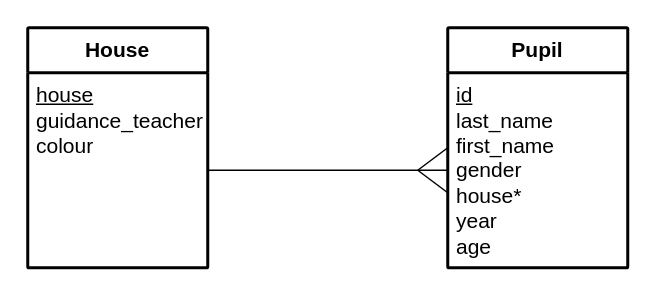
Before: n5/ddd/N5-DDD-School-Houses/assets/Diagrams/N5 DDD School Houses.drawio in MrFriendCS/MrFriendCS.github.io, a draw.io diagram. Source tidied: cells renumbered, new cells numbered last; positions are measured from the earlier drawing's top-left corner, leaving out a move shared by most shapes. Both pictures are drawn from the tidied source at 150%, with x=0, y=0 at pixel (27, 27).
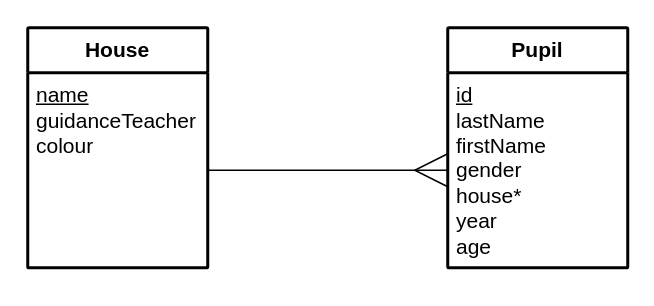
After the change.

Change to the diagram source:
```diff
@@
 <mxGraphModel>
   <root>
     <mxCell id="0" />
     <mxCell id="1" parent="0" />
-    <mxCell id="2" value="&lt;b&gt;House&lt;/b&gt;" style="swimlane;horizontal=1;startSize=30;rounded=1;fontSize=14;fontStyle=0;strokeWidth=2;shadow=0;dashed=0;align=center;arcSize=1;whiteSpace=wrap;html=1;" parent="1" vertex="1">
+    <mxCell id="2" value="&lt;b&gt;House&lt;/b&gt;" style="swimlane;horizontal=1;startSize=30;rounded=1;fontSize=14;fontStyle=0;strokeWidth=2;shadow=0;dashed=0;align=center;arcSize=1;whiteSpace=wrap;html=1;fillColor=none;" parent="1" vertex="1">
       <mxGeometry width="120" height="160" as="geometry" />
     </mxCell>
-    <mxCell id="3" value="&lt;font style=&quot;font-size: 14px;&quot;&gt;&lt;u style=&quot;&quot;&gt;house&lt;br&gt;&lt;/u&gt;guidance_teacher&lt;br&gt;colour&lt;br&gt;&lt;/font&gt;" style="align=left;strokeColor=none;fillColor=none;spacingLeft=4;fontSize=12;verticalAlign=top;html=1;" parent="2" vertex="1">
+    <mxCell id="3" value="&lt;font style=&quot;font-size: 14px;&quot;&gt;&lt;u style=&quot;&quot;&gt;name&lt;br&gt;&lt;/u&gt;guidanceTeacher&lt;br&gt;colour&lt;br&gt;&lt;/font&gt;" style="align=left;strokeColor=none;fillColor=none;spacingLeft=4;fontSize=12;verticalAlign=top;html=1;" parent="2" vertex="1">
       <mxGeometry y="30" width="120" height="130" as="geometry" />
     </mxCell>
     <mxCell id="4" style="edgeStyle=orthogonalEdgeStyle;rounded=0;orthogonalLoop=1;jettySize=auto;html=1;exitX=0.5;exitY=1;exitDx=0;exitDy=0;" parent="2" edge="1" source="3" target="3">
       <mxGeometry relative="1" as="geometry" />
     </mxCell>
-    <mxCell id="5" value="&lt;b&gt;Pupil&lt;/b&gt;" style="swimlane;horizontal=1;startSize=30;rounded=1;fontSize=14;fontStyle=0;strokeWidth=2;shadow=0;dashed=0;align=center;arcSize=1;whiteSpace=wrap;html=1;" parent="1" vertex="1">
+    <mxCell id="5" value="&lt;b&gt;Pupil&lt;/b&gt;" style="swimlane;horizontal=1;startSize=30;rounded=1;fontSize=14;fontStyle=0;strokeWidth=2;shadow=0;dashed=0;align=center;arcSize=1;whiteSpace=wrap;html=1;fillColor=none;" parent="1" vertex="1">
       <mxGeometry x="280" width="120" height="160" as="geometry" />
     </mxCell>
-    <mxCell id="6" value="&lt;font style=&quot;font-size: 14px;&quot;&gt;&lt;u style=&quot;&quot;&gt;id&lt;br&gt;&lt;/u&gt;last_name&lt;br&gt;first_name&lt;br&gt;gender&lt;br&gt;house*&lt;br&gt;year&lt;br&gt;age&lt;/font&gt;" style="align=left;strokeColor=none;fillColor=none;spacingLeft=4;fontSize=12;verticalAlign=top;html=1;" parent="5" vertex="1">
+    <mxCell id="6" value="&lt;font style=&quot;font-size: 14px;&quot;&gt;&lt;u style=&quot;&quot;&gt;id&lt;br&gt;&lt;/u&gt;lastName&lt;br&gt;firstName&lt;br&gt;gender&lt;br&gt;house*&lt;br&gt;year&lt;br&gt;age&lt;/font&gt;" style="align=left;strokeColor=none;fillColor=none;spacingLeft=4;fontSize=12;verticalAlign=top;html=1;" parent="5" vertex="1">
       <mxGeometry y="30" width="120" height="130" as="geometry" />
     </mxCell>
-    <mxCell id="7" style="rounded=0;jettySize=auto;html=1;exitX=1;exitY=0.5;exitDx=0;exitDy=0;entryX=0;entryY=0.5;entryDx=0;entryDy=0;endArrow=none;endFill=0;" parent="1" edge="1" source="3" target="6">
+    <mxCell id="7" style="rounded=0;jettySize=auto;html=1;exitX=1;exitY=0.5;exitDx=0;exitDy=0;entryX=0;entryY=0.5;entryDx=0;entryDy=0;endArrow=ERmany;endFill=0;startSize=6;endSize=20;" parent="1" edge="1" source="3" target="6">
       <mxGeometry relative="1" as="geometry" />
     </mxCell>
-    <mxCell id="8" style="endArrow=none;html=1;rounded=0;exitX=1;exitY=0.367;exitDx=0;exitDy=0;exitPerimeter=0;" parent="1" edge="1">
-      <mxGeometry relative="1" as="geometry">
-        <mxPoint x="260" y="95" as="sourcePoint" />
-        <mxPoint x="280" y="110" as="targetPoint" />
-      </mxGeometry>
-    </mxCell>
-    <mxCell id="9" style="endArrow=none;html=1;rounded=0;" parent="1" edge="1">
-      <mxGeometry relative="1" as="geometry">
-        <mxPoint x="260" y="95" as="sourcePoint" />
-        <mxPoint x="280" y="80" as="targetPoint" />
-      </mxGeometry>
-    </mxCell>
   </root>
 </mxGraphModel>
```
